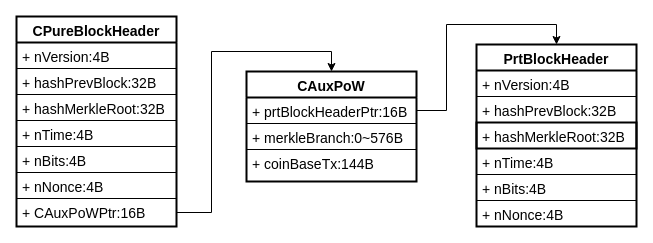
Earlier version of the draw.io diagram auxblock.drawio (weihanby/Hello_Fudan). Source tidied: cells renumbered, new cells numbered last; positions are measured from the earlier drawing's top-left corner, leaving out a move shared by most shapes. Both pictures are drawn from the tidied source at 100%, with x=0, y=0 at pixel (16, 16).
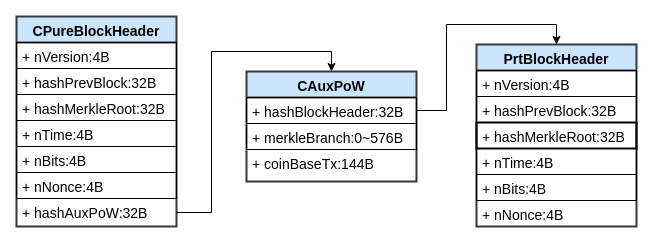
The same diagram, later.

The edit, as a diff of the source:
```diff
@@
-    <mxCell id="2" value="CPureBlockHeader" style="swimlane;fontStyle=1;align=center;verticalAlign=top;horizontal=1;startSize=26;rounded=0;shadow=0;strokeWidth=2;fontSize=14;" parent="1" vertex="1">
+    <mxCell id="2" value="CPureBlockHeader" style="swimlane;fontStyle=1;align=center;verticalAlign=top;horizontal=1;startSize=26;rounded=0;shadow=0;strokeWidth=2;fontSize=14;fillColor=#cce5ff;strokeColor=#36393d;" parent="1" vertex="1">
       <mxGeometry width="160" height="210" as="geometry" />
     </mxCell>
@@
-    <mxCell id="9" value="+ CAuxPoWPtr:16B" style="text;align=left;verticalAlign=top;spacingLeft=4;spacingRight=4;overflow=hidden;points=[[0,0.5],[1,0.5]];portConstraint=eastwest;rounded=0;shadow=0;html=0;fontSize=14;" parent="2" vertex="1">
+    <mxCell id="9" value="+ hashAuxPoW:32B" style="text;align=left;verticalAlign=top;spacingLeft=4;spacingRight=4;overflow=hidden;points=[[0,0.5],[1,0.5]];portConstraint=eastwest;rounded=0;shadow=0;html=0;fontSize=14;" parent="2" vertex="1">
       <mxGeometry y="182" width="160" height="28" as="geometry" />
     </mxCell>
-    <mxCell id="10" value="CAuxPoW" style="swimlane;fontStyle=1;align=center;verticalAlign=top;horizontal=1;startSize=26;rounded=0;shadow=0;strokeWidth=2;fontSize=14;" parent="1" vertex="1">
+    <mxCell id="10" value="CAuxPoW" style="swimlane;fontStyle=1;align=center;verticalAlign=top;horizontal=1;startSize=26;rounded=0;shadow=0;strokeWidth=2;fontSize=14;fillColor=#cce5ff;strokeColor=#36393d;" parent="1" vertex="1">
       <mxGeometry x="230" y="55" width="170" height="110" as="geometry" />
     </mxCell>
-    <mxCell id="11" value="+ prtBlockHeaderPtr:16B" style="text;align=left;verticalAlign=top;spacingLeft=4;spacingRight=4;overflow=hidden;points=[[0,0.5],[1,0.5]];portConstraint=eastwest;fontSize=14;strokeColor=default;" parent="10" vertex="1">
+    <mxCell id="11" value="+ hashBlockHeader:32B&#10;" style="text;align=left;verticalAlign=top;spacingLeft=4;spacingRight=4;overflow=hidden;points=[[0,0.5],[1,0.5]];portConstraint=eastwest;fontSize=14;strokeColor=default;" parent="10" vertex="1">
       <mxGeometry y="26" width="170" height="26" as="geometry" />
     </mxCell>
@@
-    <mxCell id="14" value="PrtBlockHeader" style="swimlane;fontStyle=1;align=center;verticalAlign=top;horizontal=1;startSize=26;rounded=0;shadow=0;strokeWidth=2;fontSize=14;" parent="1" vertex="1">
+    <mxCell id="14" value="PrtBlockHeader" style="swimlane;fontStyle=1;align=center;verticalAlign=top;horizontal=1;startSize=26;rounded=0;shadow=0;strokeWidth=2;fontSize=14;fillColor=#cce5ff;strokeColor=#36393d;" parent="1" vertex="1">
       <mxGeometry x="460" y="28" width="160" height="182" as="geometry" />
     </mxCell>
```
